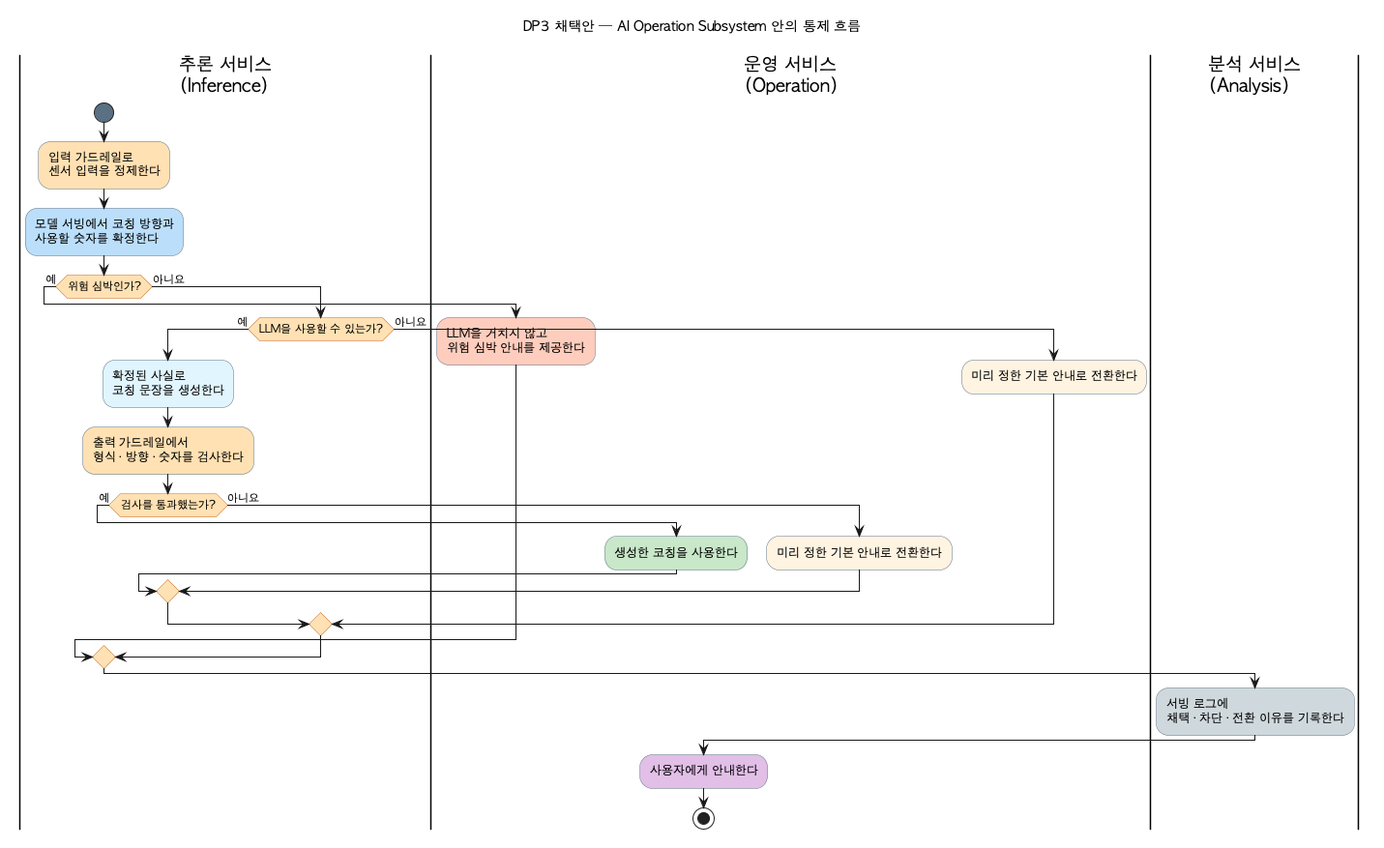
Earlier version of the PlantUML export docs/img/dp-02-controllability-detail.png (tenyearslove/zone2runner).
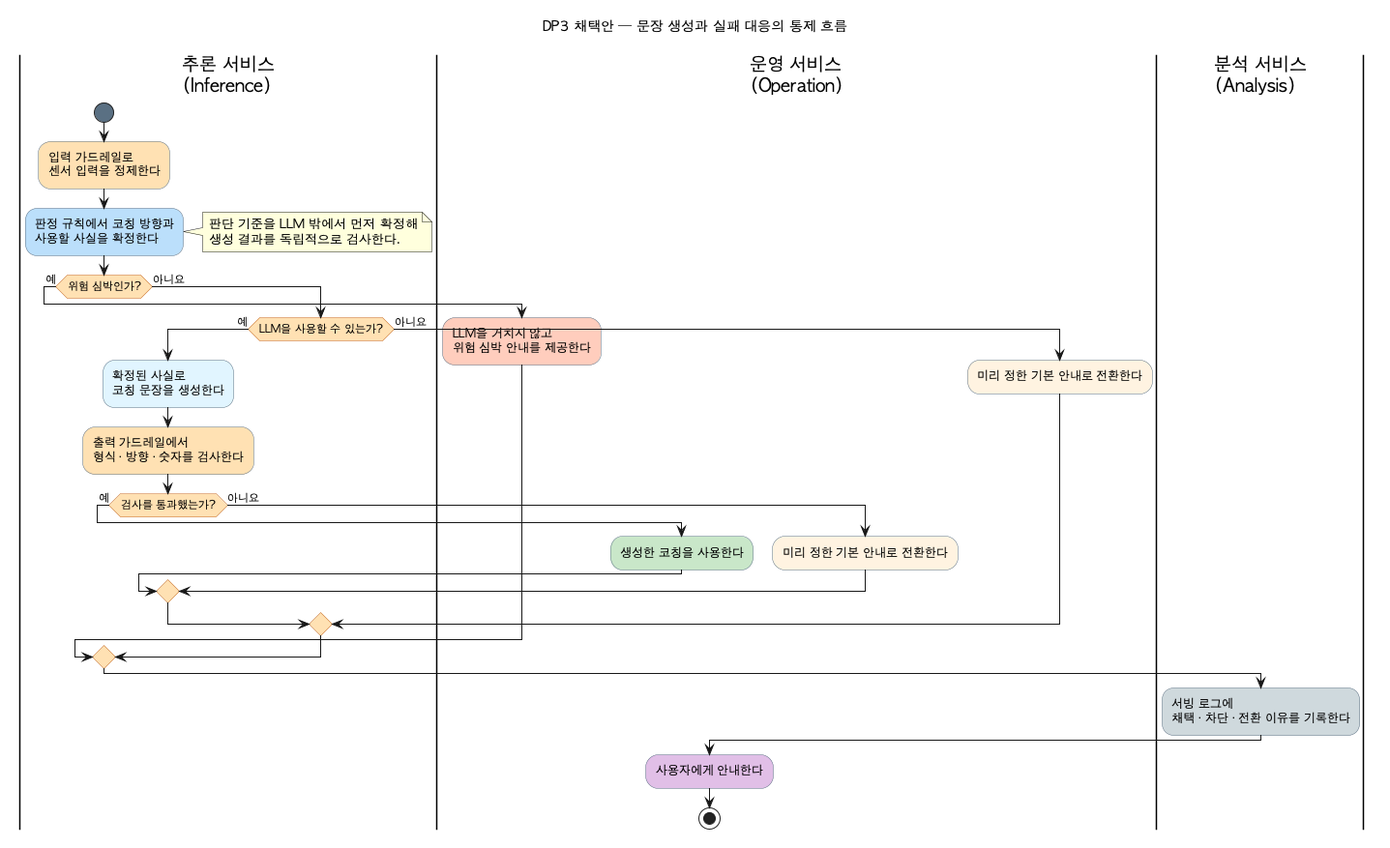
Later version of the same file.

The edit, as a diff of the source:
```diff
@@ -1,5 +1,6 @@
 @startuml
-title DP3 채택안 — AI Operation Subsystem 안의 통제 흐름
+!pragma layout smetana
+title DP3 채택안 — 문장 생성과 실패 대응의 통제 흐름
 
 skinparam defaultFontName "AppleGothic"
 skinparam shadowing false
@@ -15,7 +16,11 @@
 |추론 서비스\n(Inference)|
 start
 :입력 가드레일로\n센서 입력을 정제한다; <<#FFE0B2>>
-:모델 서빙에서 코칭 방향과\n사용할 숫자를 확정한다; <<#BBDEFB>>
+:판정 규칙에서 코칭 방향과\n사용할 사실을 확정한다; <<#BBDEFB>>
+note right
+  판단 기준을 LLM 밖에서 먼저 확정해
+  생성 결과를 독립적으로 검사한다.
+end note
 
 if (위험 심박인가?) then (예)
   |운영 서비스\n(Operation)|
```
